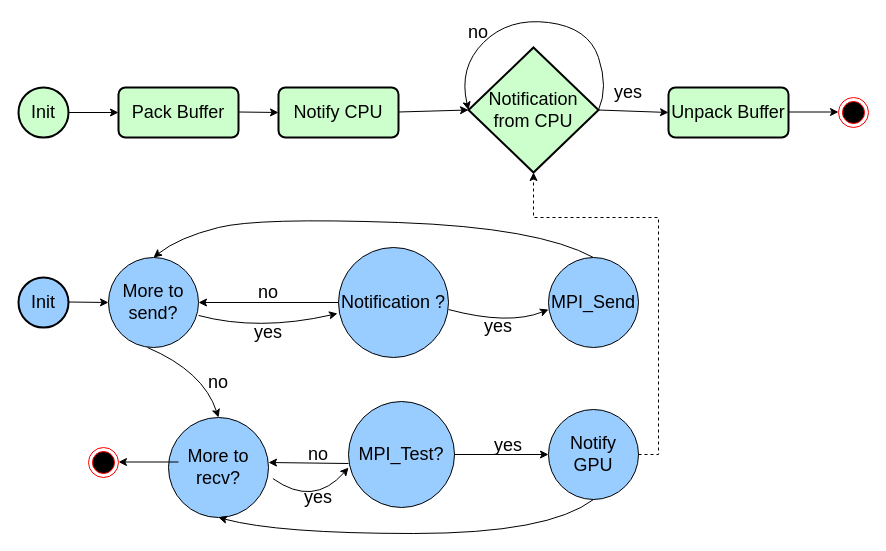
Earlier version of the draw.io diagram page "Page-7" (7 of 10) of Untitled Diagram.drawio (bengisuelis/Drawings). Source tidied: cells renumbered, new cells numbered last; positions are measured from the earlier drawing's top-left corner, leaving out a move shared by most shapes. Both pictures are drawn from the tidied source at 100%, with x=0, y=0 at pixel (18, 17).
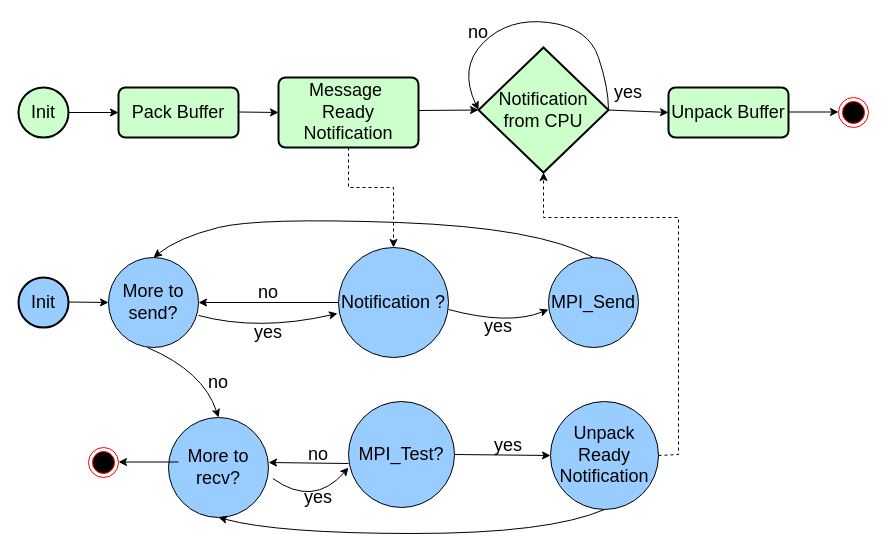
The same page after the edit.

Unchanged cells that the change refers to:
```xml
<mxCell id="18" value="&lt;font style=&quot;font-size: 18px;&quot;&gt;Notification ?&lt;/font&gt;" style="ellipse;whiteSpace=wrap;html=1;fillColor=#99CCFF;" parent="1" vertex="1">
  <mxGeometry x="320" y="230" width="110" height="110" as="geometry" />
</mxCell>
```

Diff of the diagram source:
```diff
@@
-    <mxCell id="4" value="&lt;font style=&quot;font-size: 18px;&quot;&gt;Notify CPU&lt;/font&gt;" style="rounded=1;whiteSpace=wrap;html=1;absoluteArcSize=1;arcSize=14;strokeWidth=2;fillColor=#CCFFCC;" parent="1" vertex="1">
-      <mxGeometry x="260" y="70" width="120" height="50" as="geometry" />
+    <mxCell id="4" value="&lt;font style=&quot;font-size: 18px;&quot;&gt;Message&amp;nbsp;&lt;br&gt;Ready&lt;br&gt;Notification&lt;br&gt;&lt;/font&gt;" style="rounded=1;whiteSpace=wrap;html=1;absoluteArcSize=1;arcSize=14;strokeWidth=2;fillColor=#CCFFCC;" parent="1" vertex="1">
+      <mxGeometry x="260" y="60" width="140" height="70" as="geometry" />
     </mxCell>
@@
     <mxCell id="6" value="&lt;font style=&quot;font-size: 18px;&quot;&gt;Notification from CPU&lt;/font&gt;" style="strokeWidth=2;html=1;shape=mxgraph.flowchart.decision;whiteSpace=wrap;fillColor=#CCFFCC;" parent="1" vertex="1">
-      <mxGeometry x="450" y="30" width="130" height="125" as="geometry" />
+      <mxGeometry x="460" y="30" width="130" height="125" as="geometry" />
     </mxCell>
@@
-    <mxCell id="10" style="endArrow=classic;html=1;rounded=0;exitX=1;exitY=0.5;exitDx=0;exitDy=0;exitPerimeter=0;entryX=0;entryY=0.5;entryDx=0;entryDy=0;entryPerimeter=0;" parent="1" edge="1" target="6">
+    <mxCell id="10" style="endArrow=classic;html=1;rounded=0;entryX=0;entryY=0.5;entryDx=0;entryDy=0;entryPerimeter=0;" parent="1" edge="1" target="6">
       <mxGeometry relative="1" as="geometry">
-        <mxPoint x="380" y="94.5" as="sourcePoint" />
+        <mxPoint x="400" y="93" as="sourcePoint" />
       </mxGeometry>
     </mxCell>
@@
-    <mxCell id="22" value="&lt;font style=&quot;font-size: 18px;&quot;&gt;Notify GPU&lt;/font&gt;" style="ellipse;whiteSpace=wrap;html=1;fillColor=#99CCFF;" parent="1" vertex="1">
-      <mxGeometry x="530" y="392" width="90" height="90" as="geometry" />
+    <mxCell id="22" value="&lt;font style=&quot;font-size: 18px;&quot;&gt;Unpack&lt;br&gt;Ready&lt;br&gt;Notification&lt;br&gt;&lt;/font&gt;" style="ellipse;whiteSpace=wrap;html=1;fillColor=#99CCFF;" parent="1" vertex="1">
+      <mxGeometry x="532" y="384" width="108" height="108" as="geometry" />
     </mxCell>
     <mxCell id="23" style="endArrow=classic;dashed=1;html=1;rounded=0;entryX=0.5;entryY=1;entryDx=0;entryDy=0;entryPerimeter=0;exitX=1;exitY=0.5;exitDx=0;exitDy=0;" parent="1" edge="1" source="22" target="6">
       <mxGeometry relative="1" as="geometry">
         <Array as="points">
-          <mxPoint x="640" y="437" />
-          <mxPoint x="640" y="200" />
-          <mxPoint x="515" y="200" />
+          <mxPoint x="660" y="437" />
+          <mxPoint x="660" y="200" />
+          <mxPoint x="525" y="200" />
         </Array>
       </mxGeometry>
     </mxCell>
@@
+    <mxCell id="43" style="endArrow=classic;dashed=1;html=1;rounded=0;exitX=0.5;exitY=1;exitDx=0;exitDy=0;entryX=0.5;entryY=0;entryDx=0;entryDy=0;" parent="1" edge="1" source="4" target="18">
+      <mxGeometry relative="1" as="geometry">
+        <Array as="points">
+          <mxPoint x="330" y="170" />
+          <mxPoint x="375" y="170" />
+        </Array>
+      </mxGeometry>
+    </mxCell>
```
